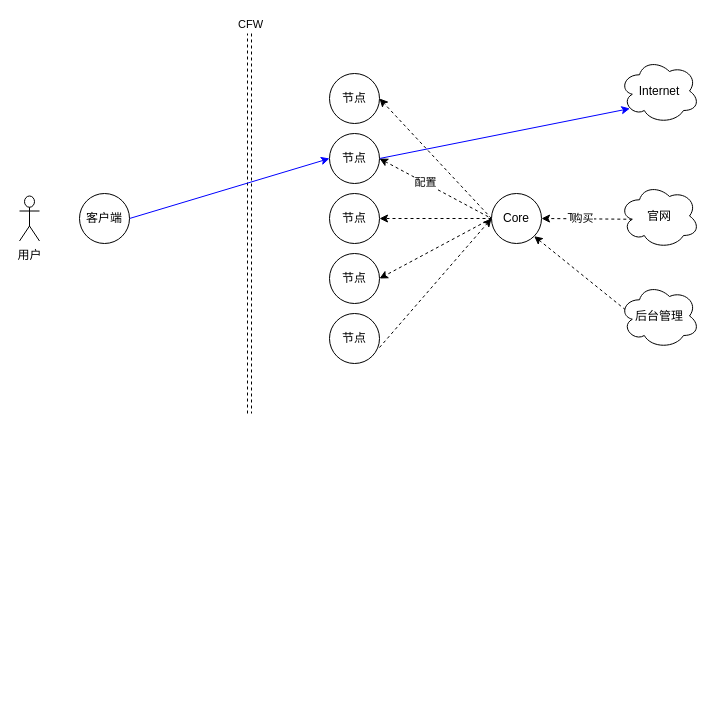
Earlier version of the draw.io diagram page "第 3 页" (2 of 4) of bluary.drawio (zebra-min/my-design). Source tidied: cells renumbered, new cells numbered last; positions are measured from the earlier drawing's top-left corner, leaving out a move shared by most shapes. Both pictures are drawn from the tidied source at 100%, with x=0, y=0 at pixel (19, 33).
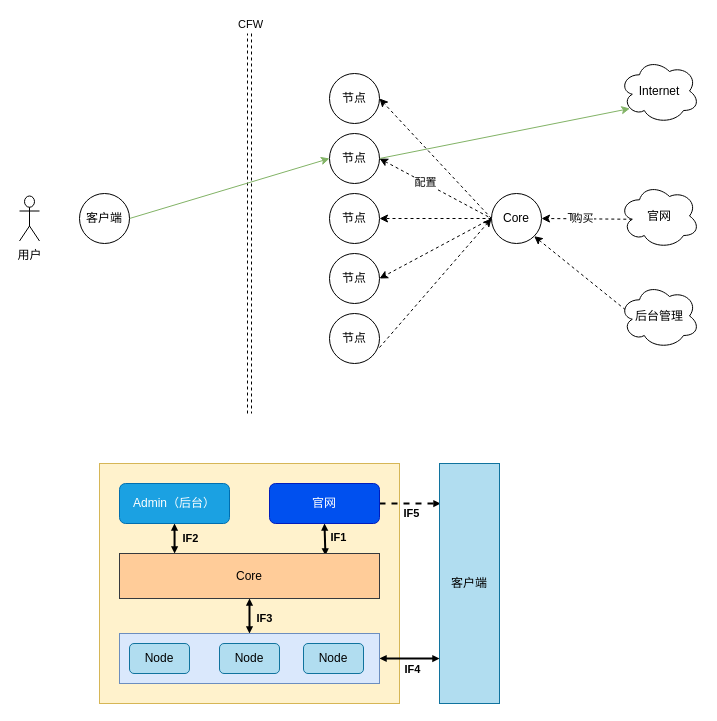
The same page after the edit.

Unchanged cells that the change refers to:
```xml
<mxCell id="6" value="客户端" style="ellipse;whiteSpace=wrap;html=1;" parent="1" vertex="1">
  <mxGeometry x="60" y="160" width="50" height="50" as="geometry" />
</mxCell>
<mxCell id="11" value="节点" style="ellipse;whiteSpace=wrap;html=1;" parent="1" vertex="1">
  <mxGeometry x="310" y="100" width="50" height="50" as="geometry" />
</mxCell>
<mxCell id="25" value="Internet" style="ellipse;shape=cloud;whiteSpace=wrap;html=1;" parent="1" vertex="1">
  <mxGeometry x="600" y="25" width="80" height="65" as="geometry" />
</mxCell>
```

What changed in the source:
```diff
@@
-    <mxCell id="5" style="rounded=0;jettySize=auto;html=1;exitX=1;exitY=0.5;exitDx=0;exitDy=0;entryX=0;entryY=0.5;entryDx=0;entryDy=0;startArrow=none;startFill=0;strokeColor=#0000FF;" parent="1" edge="1" source="6" target="11">
+    <mxCell id="5" style="rounded=0;jettySize=auto;html=1;exitX=1;exitY=0.5;exitDx=0;exitDy=0;entryX=0;entryY=0.5;entryDx=0;entryDy=0;startArrow=none;startFill=0;strokeColor=#82b366;fillColor=#d5e8d4;" parent="1" edge="1" source="6" target="11">
       <mxGeometry relative="1" as="geometry" />
     </mxCell>
@@
-    <mxCell id="10" style="edgeStyle=none;rounded=0;jettySize=auto;html=1;exitX=1;exitY=0.5;exitDx=0;exitDy=0;entryX=0.13;entryY=0.77;entryDx=0;entryDy=0;entryPerimeter=0;strokeColor=#0000FF;" parent="1" edge="1" source="11" target="25">
+    <mxCell id="10" style="edgeStyle=none;rounded=0;jettySize=auto;html=1;exitX=1;exitY=0.5;exitDx=0;exitDy=0;entryX=0.13;entryY=0.77;entryDx=0;entryDy=0;entryPerimeter=0;strokeColor=#82b366;fillColor=#d5e8d4;" parent="1" edge="1" source="11" target="25">
       <mxGeometry relative="1" as="geometry" />
     </mxCell>
@@
+    <mxCell id="27" style="rounded=0;whiteSpace=wrap;html=1;fillColor=#fff2cc;strokeColor=#d6b656;" parent="1" vertex="1">
+      <mxGeometry x="80" y="430" width="300" height="240" as="geometry" />
+    </mxCell>
+    <mxCell id="28" style="edgeStyle=orthogonalEdgeStyle;rounded=0;jettySize=auto;html=1;exitX=0.5;exitY=1;exitDx=0;exitDy=0;entryX=0.792;entryY=0.044;entryDx=0;entryDy=0;entryPerimeter=0;startArrow=block;startFill=1;strokeWidth=2;endSize=2;startSize=2;jumpSize=4;endArrow=block;endFill=1;" parent="1" edge="1" source="32" target="38">
+      <mxGeometry relative="1" as="geometry" />
+    </mxCell>
+    <mxCell id="29" value="IF1" style="edgeLabel;html=1;align=center;verticalAlign=middle;fontStyle=1;labelBackgroundColor=none;" parent="28" vertex="1">
+      <mxGeometry x="-0.12" y="2" relative="1" as="geometry">
+        <mxPoint x="11" as="offset" />
+      </mxGeometry>
+    </mxCell>
+    <mxCell id="30" style="edgeStyle=orthogonalEdgeStyle;rounded=0;jettySize=auto;html=1;exitX=1;exitY=0.5;exitDx=0;exitDy=0;entryX=0.017;entryY=0.167;entryDx=0;entryDy=0;entryPerimeter=0;dashed=1;strokeWidth=2;endSize=2;jumpSize=0;startSize=2;endArrow=block;endFill=1;" parent="1" edge="1" source="32" target="39">
+      <mxGeometry relative="1" as="geometry" />
+    </mxCell>
+    <mxCell id="31" value="IF5" style="edgeLabel;html=1;align=center;verticalAlign=middle;fontStyle=1;" parent="30" vertex="1">
+      <mxGeometry x="-0.15" relative="1" as="geometry">
+        <mxPoint x="5" y="9" as="offset" />
+      </mxGeometry>
+    </mxCell>
+    <mxCell id="32" value="官网" style="rounded=1;whiteSpace=wrap;html=1;fillColor=#0050ef;fontColor=#ffffff;strokeColor=#001DBC;" parent="1" vertex="1">
+      <mxGeometry x="250" y="450" width="110" height="40" as="geometry" />
+    </mxCell>
+    <mxCell id="33" style="edgeStyle=orthogonalEdgeStyle;rounded=0;jettySize=auto;html=1;exitX=0.5;exitY=1;exitDx=0;exitDy=0;entryX=0.212;entryY=0;entryDx=0;entryDy=0;entryPerimeter=0;startArrow=block;startFill=1;strokeWidth=2;startSize=2;endSize=2;endArrow=block;endFill=1;" parent="1" edge="1" source="35" target="38">
+      <mxGeometry relative="1" as="geometry" />
+    </mxCell>
+    <mxCell id="34" value="IF2" style="edgeLabel;html=1;align=center;verticalAlign=middle;fontStyle=1;labelBackgroundColor=none;" parent="33" vertex="1">
+      <mxGeometry y="1" relative="1" as="geometry">
+        <mxPoint x="14" as="offset" />
+      </mxGeometry>
+    </mxCell>
+    <mxCell id="35" value="Admin（后台）" style="rounded=1;whiteSpace=wrap;html=1;fillColor=#1ba1e2;fontColor=#ffffff;strokeColor=#006EAF;" parent="1" vertex="1">
+      <mxGeometry x="100" y="450" width="110" height="40" as="geometry" />
+    </mxCell>
+    <mxCell id="36" style="edgeStyle=orthogonalEdgeStyle;rounded=0;jettySize=auto;html=1;exitX=0.5;exitY=1;exitDx=0;exitDy=0;entryX=0.5;entryY=0;entryDx=0;entryDy=0;startArrow=block;startFill=1;strokeWidth=2;startSize=2;endSize=2;endArrow=block;endFill=1;" parent="1" edge="1" source="38" target="42">
+      <mxGeometry relative="1" as="geometry" />
+    </mxCell>
+    <mxCell id="37" value="IF3" style="edgeLabel;html=1;align=center;verticalAlign=middle;fontStyle=1;labelBackgroundColor=none;" parent="36" vertex="1">
+      <mxGeometry x="0.09" y="1" relative="1" as="geometry">
+        <mxPoint x="13" as="offset" />
+      </mxGeometry>
+    </mxCell>
+    <mxCell id="38" value="Core" style="rounded=0;whiteSpace=wrap;html=1;fillColor=#ffcc99;strokeColor=#36393d;" parent="1" vertex="1">
+      <mxGeometry x="100" y="520" width="260" height="45" as="geometry" />
+    </mxCell>
+    <mxCell id="39" value="客户端" style="rounded=0;whiteSpace=wrap;html=1;horizontal=1;verticalAlign=middle;fillColor=#b1ddf0;strokeColor=#10739e;" parent="1" vertex="1">
+      <mxGeometry x="420" y="430" width="60" height="240" as="geometry" />
+    </mxCell>
+    <mxCell id="40" style="edgeStyle=orthogonalEdgeStyle;rounded=0;jettySize=auto;html=1;exitX=1;exitY=0.5;exitDx=0;exitDy=0;entryX=0;entryY=0.813;entryDx=0;entryDy=0;entryPerimeter=0;startArrow=block;startFill=1;strokeWidth=2;startSize=2;endSize=2;endArrow=block;endFill=1;" parent="1" edge="1" source="42" target="39">
+      <mxGeometry relative="1" as="geometry" />
+    </mxCell>
+    <mxCell id="41" value="IF4" style="edgeLabel;html=1;align=center;verticalAlign=middle;fontStyle=1;" parent="40" vertex="1">
+      <mxGeometry x="0.1" y="-1" relative="1" as="geometry">
+        <mxPoint y="9" as="offset" />
+      </mxGeometry>
+    </mxCell>
+    <mxCell id="42" style="rounded=0;whiteSpace=wrap;html=1;fillColor=#dae8fc;strokeColor=#6c8ebf;" parent="1" vertex="1">
+      <mxGeometry x="100" y="600" width="260" height="50" as="geometry" />
+    </mxCell>
+    <mxCell id="43" value="Node" style="rounded=1;whiteSpace=wrap;html=1;fillColor=#b1ddf0;strokeColor=#10739e;" parent="1" vertex="1">
+      <mxGeometry x="110" y="610" width="60" height="30" as="geometry" />
+    </mxCell>
+    <mxCell id="44" value="Node" style="rounded=1;whiteSpace=wrap;html=1;fillColor=#b1ddf0;strokeColor=#10739e;" parent="1" vertex="1">
+      <mxGeometry x="200" y="610" width="60" height="30" as="geometry" />
+    </mxCell>
+    <mxCell id="45" value="Node" style="rounded=1;whiteSpace=wrap;html=1;fillColor=#b1ddf0;strokeColor=#10739e;" parent="1" vertex="1">
+      <mxGeometry x="284" y="610" width="60" height="30" as="geometry" />
+    </mxCell>
```
